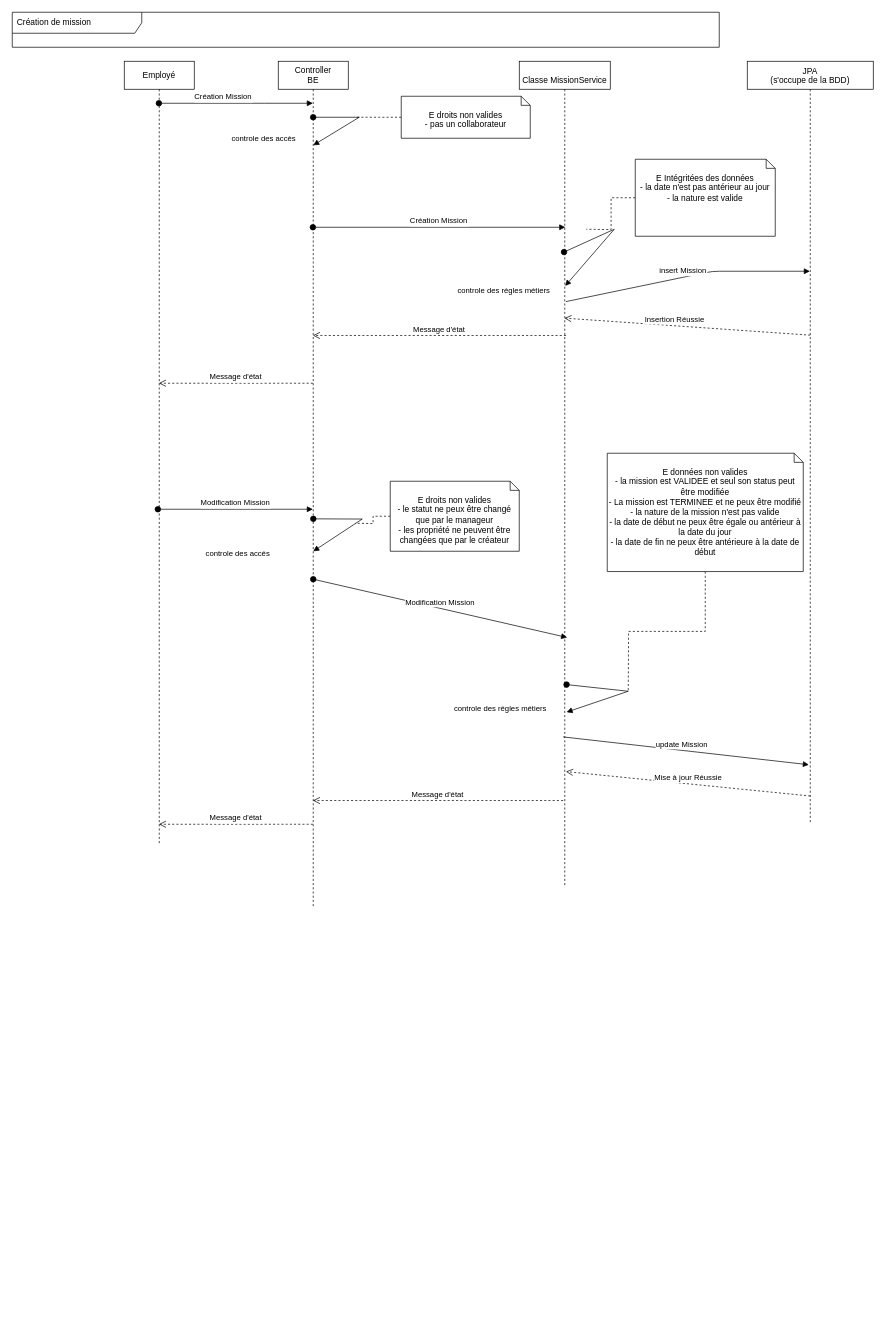
The draw.io diagram Conception/SequenceBE.drawio in VincentProuchet/Gestion_Missions_BE, before the edit. Source tidied: cells renumbered, new cells numbered last; positions are measured from the earlier drawing's top-left corner, leaving out a move shared by most shapes. Both pictures are drawn from the tidied source at 70%, with x=0, y=0 at pixel (12, 12).
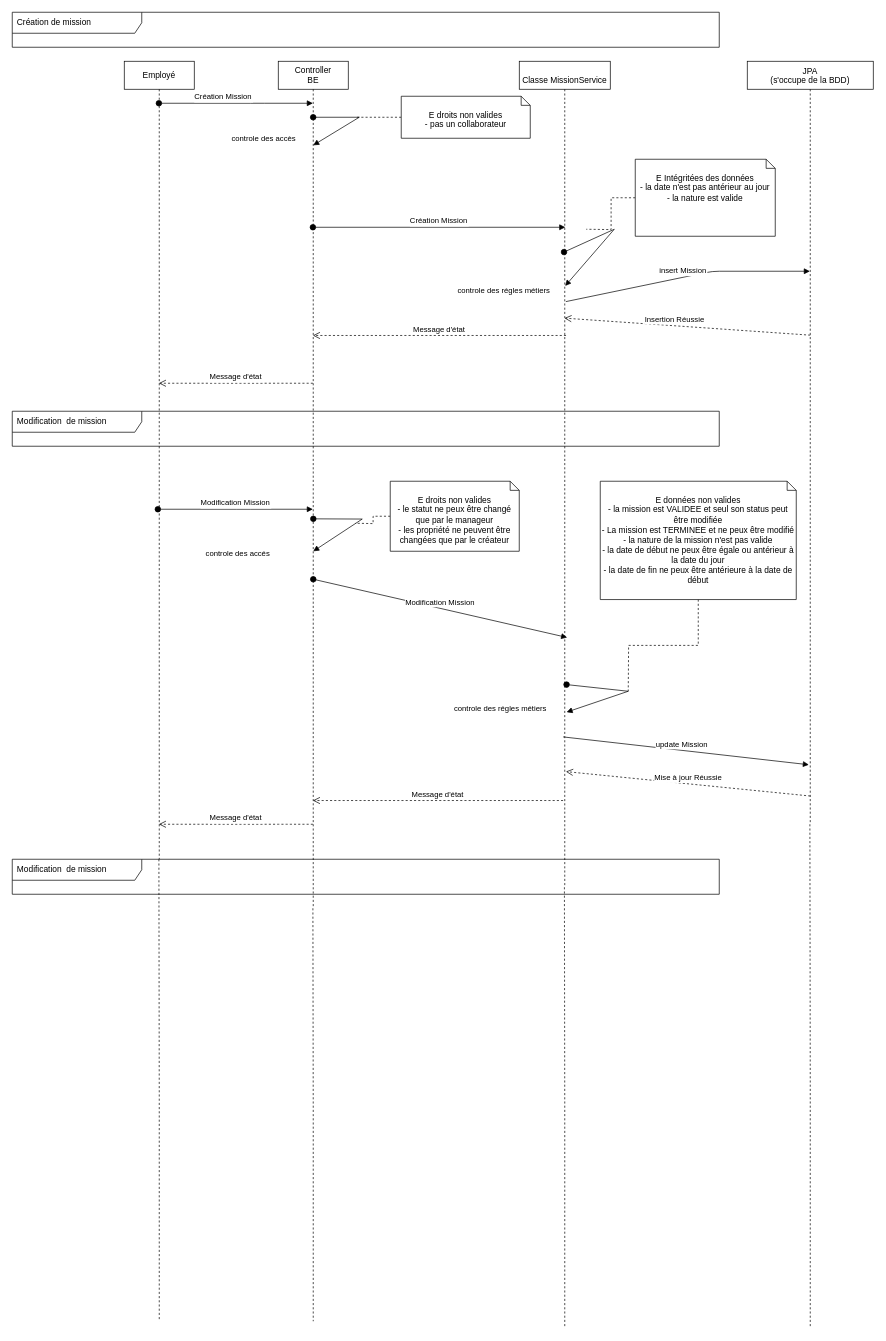
After the change.

Commit message:
Mettre à jour SequenceBE.drawio

The change refers to these unchanged cells:
```xml
<mxCell id="2" value="&#10;Classe MissionService" style="shape=umlLifeline;perimeter=lifelinePerimeter;rounded=0;shadow=0;strokeWidth=1;" parent="1" vertex="1">
  <mxGeometry x="724.3" y="70" width="130" height="1180" as="geometry" />
</mxCell>
<mxCell id="4" value="JPA&#10;(s'occupe de la BDD)" style="shape=umlLifeline;perimeter=lifelinePerimeter;rounded=0;shadow=0;strokeWidth=1;" parent="1" vertex="1">
  <mxGeometry x="1050" y="70" width="180" height="1090" as="geometry" />
</mxCell>
<mxCell id="7" value="&lt;div&gt;Controller&lt;/div&gt;&lt;div&gt;BE&lt;br&gt;&lt;/div&gt;" style="shape=umlLifeline;perimeter=lifelinePerimeter;whiteSpace=wrap;html=1;outlineConnect=0;" parent="1" vertex="1">
  <mxGeometry x="380" y="70" width="100" height="1210" as="geometry" />
</mxCell>
```

What changed in the source:
```diff
@@
+    <mxCell id="32" style="edgeStyle=orthogonalEdgeStyle;rounded=0;jettySize=auto;html=1;dashed=1;endArrow=none;endFill=0;" parent="1" edge="1" source="2">
+      <mxGeometry relative="1" as="geometry">
+        <mxPoint x="789.3" y="1880" as="targetPoint" />
+      </mxGeometry>
+    </mxCell>
@@
+    <mxCell id="33" style="edgeStyle=orthogonalEdgeStyle;rounded=0;jettySize=auto;html=1;dashed=1;endArrow=none;endFill=0;" parent="1" edge="1" source="4">
+      <mxGeometry relative="1" as="geometry">
+        <mxPoint x="1140" y="1880" as="targetPoint" />
+      </mxGeometry>
+    </mxCell>
@@
+    <mxCell id="34" style="edgeStyle=orthogonalEdgeStyle;rounded=0;jettySize=auto;html=1;dashed=1;endArrow=none;endFill=0;" parent="1" edge="1" source="7">
+      <mxGeometry relative="1" as="geometry">
+        <mxPoint x="430" y="1870" as="targetPoint" />
+      </mxGeometry>
+    </mxCell>
@@
+    <mxCell id="35" style="edgeStyle=orthogonalEdgeStyle;rounded=0;jettySize=auto;html=1;dashed=1;endArrow=none;endFill=0;" parent="1" edge="1" source="19">
+      <mxGeometry relative="1" as="geometry">
+        <mxPoint x="210" y="1870" as="targetPoint" />
+      </mxGeometry>
+    </mxCell>
     <mxCell id="19" value="Employé" style="shape=umlLifeline;perimeter=lifelinePerimeter;whiteSpace=wrap;html=1;outlineConnect=0;" parent="1" vertex="1">
-      <mxGeometry x="160" y="70" width="100" height="1120" as="geometry" />
+      <mxGeometry x="160" y="70" width="100" height="1140" as="geometry" />
     </mxCell>
@@
     <mxCell id="30" value="&lt;div&gt;E données non valides&lt;br&gt;&lt;/div&gt;&lt;div&gt;- la mission est VALIDEE et seul son status peut être modifiée&lt;/div&gt;&lt;div&gt;- La mission est TERMINEE et ne peux être modifié&lt;/div&gt;&lt;div&gt;- la nature de la mission n'est pas valide&lt;br&gt;&lt;/div&gt;&lt;div&gt;- la date de début ne peux être égale ou antérieur à la date du jour&lt;/div&gt;&lt;div&gt;- la date de fin ne peux être antérieure à la date de début&lt;br&gt;&lt;/div&gt;" style="shape=note2;boundedLbl=1;whiteSpace=wrap;html=1;size=13;verticalAlign=top;align=center;" parent="1" vertex="1">
-      <mxGeometry x="850" y="630" width="280" height="169" as="geometry" />
+      <mxGeometry x="840" y="670" width="280" height="169" as="geometry" />
     </mxCell>
@@
+    <mxCell id="36" value="&lt;div&gt;Modification&amp;nbsp; de mission&lt;/div&gt;" style="shape=umlFrame;whiteSpace=wrap;html=1;width=185;height=30;boundedLbl=1;verticalAlign=middle;align=left;spacingLeft=5;" parent="1" vertex="1">
+      <mxGeometry y="570" width="1010" height="50" as="geometry" />
+    </mxCell>
+    <mxCell id="37" value="&lt;div&gt;Modification&amp;nbsp; de mission&lt;/div&gt;" style="shape=umlFrame;whiteSpace=wrap;html=1;width=185;height=30;boundedLbl=1;verticalAlign=middle;align=left;spacingLeft=5;" parent="1" vertex="1">
+      <mxGeometry y="1210" width="1010" height="50" as="geometry" />
+    </mxCell>
```
